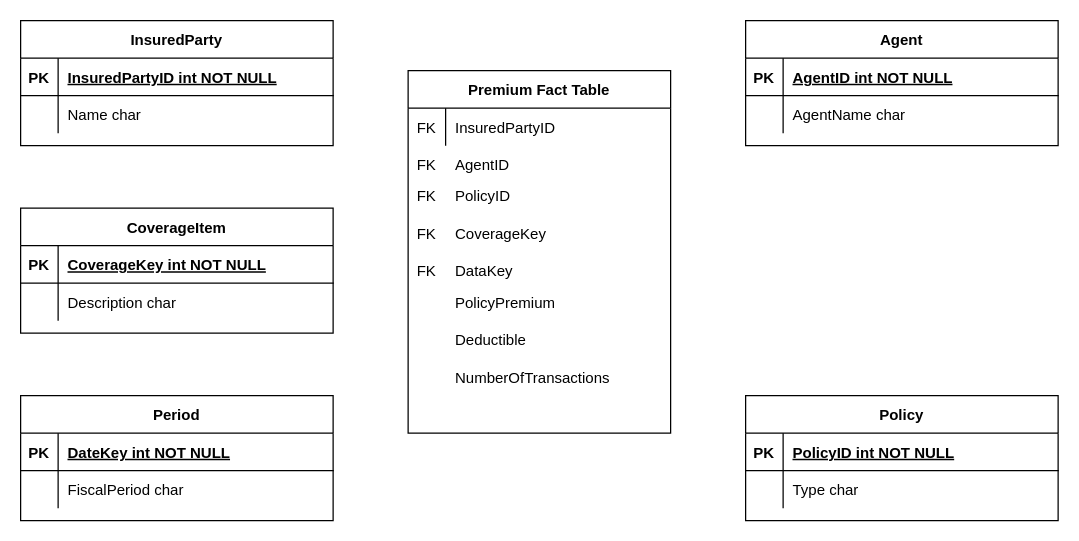
This is Untitled Diagram.drawio from vinaykurmi/automobile-insurance-star-schema, a draw.io file, before an edit. Source tidied: cells renumbered, new cells numbered last; positions are measured from the earlier drawing's top-left corner, leaving out a move shared by most shapes. Both pictures are drawn from the tidied source at 125%, with x=0, y=0 at pixel (20, 20).
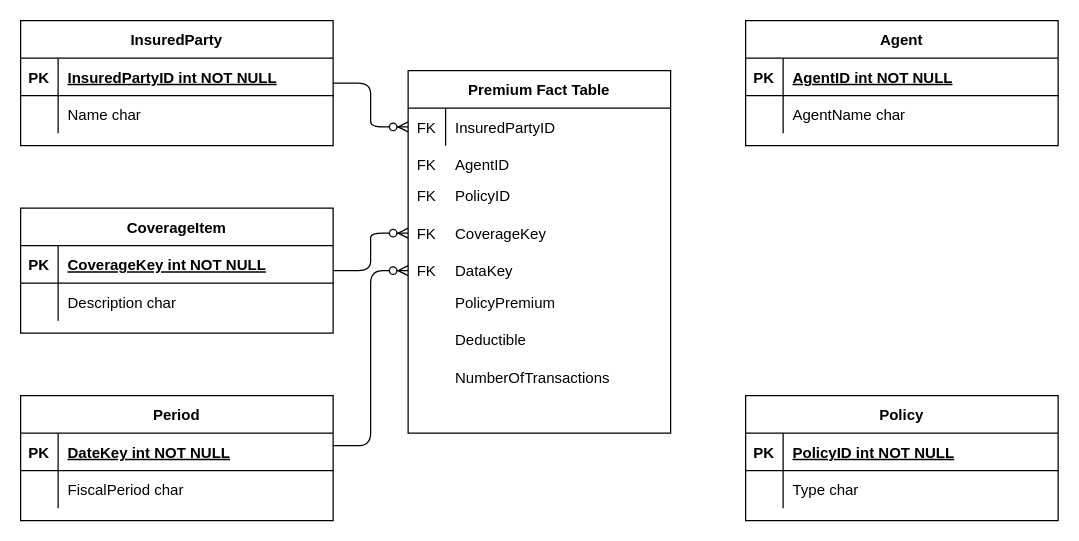
The same page after the edit.

The change refers to these unchanged cells:
```xml
<mxCell id="38" style="shape=partialRectangle;fillColor=none;points=[[0,0.5],[1,0.5]];portConstraint=eastwest;top=0;left=0;right=0;bottom=0;" parent="37" vertex="1">
  <mxGeometry y="30" width="210" height="30" as="geometry" />
</mxCell>
```

What changed in the source:
```diff
@@
+    <mxCell id="52" style="edgeStyle=entityRelationEdgeStyle;fontSize=12;html=1;endArrow=ERzeroToMany;endFill=1;entryX=0;entryY=0.5;entryDx=0;entryDy=0;" parent="1" edge="1" target="38">
+      <mxGeometry relative="1" as="geometry">
+        <mxPoint x="250" y="50" as="sourcePoint" />
+      </mxGeometry>
+    </mxCell>
+    <mxCell id="53" style="edgeStyle=entityRelationEdgeStyle;fontSize=12;html=1;endArrow=ERzeroToMany;endFill=1;" parent="1" edge="1">
+      <mxGeometry relative="1" as="geometry">
+        <mxPoint x="250" y="200" as="sourcePoint" />
+        <mxPoint x="310" y="170" as="targetPoint" />
+      </mxGeometry>
+    </mxCell>
+    <mxCell id="54" style="edgeStyle=entityRelationEdgeStyle;fontSize=12;html=1;endArrow=ERzeroToMany;endFill=1;" parent="1" edge="1">
+      <mxGeometry relative="1" as="geometry">
+        <mxPoint x="250" y="340" as="sourcePoint" />
+        <mxPoint x="310" y="200" as="targetPoint" />
+      </mxGeometry>
+    </mxCell>
```
